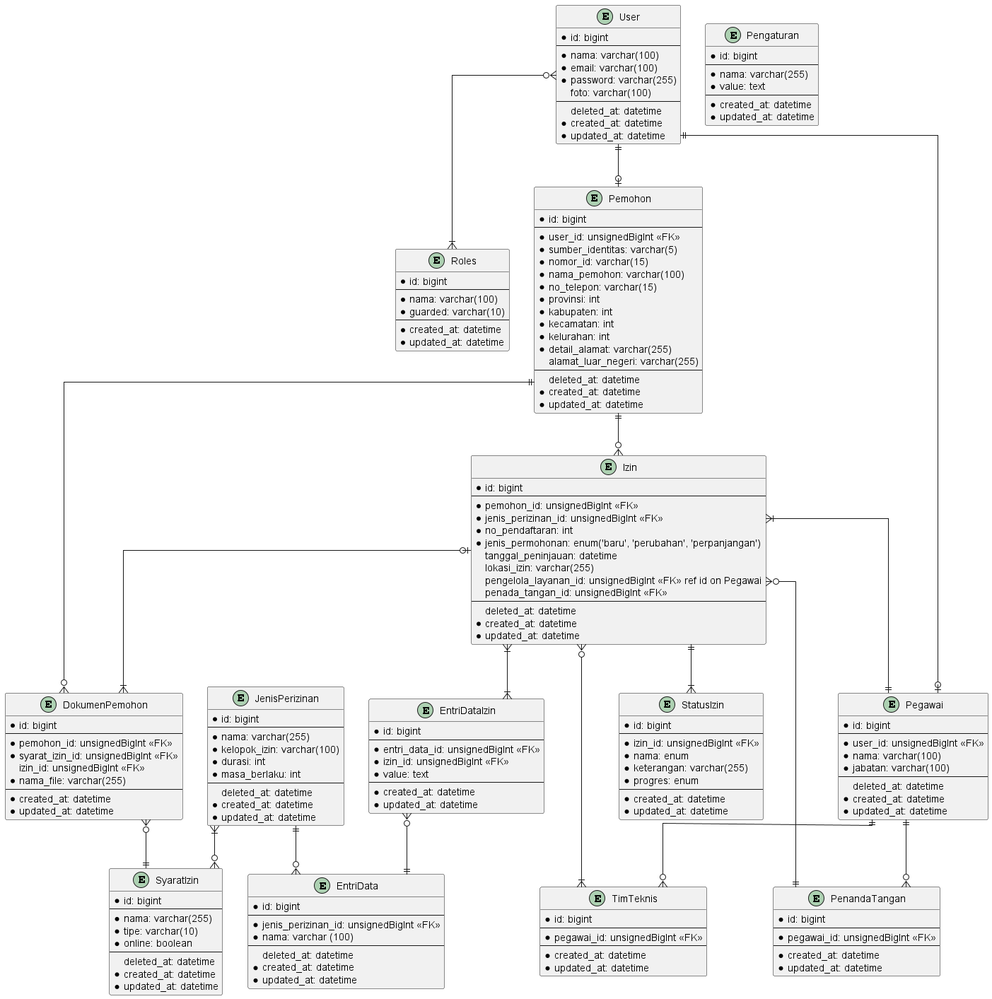
Earlier version of the PlantUML export docs/diagrams/out/pmptsp.png (maleolabs/nest-nestara-web).
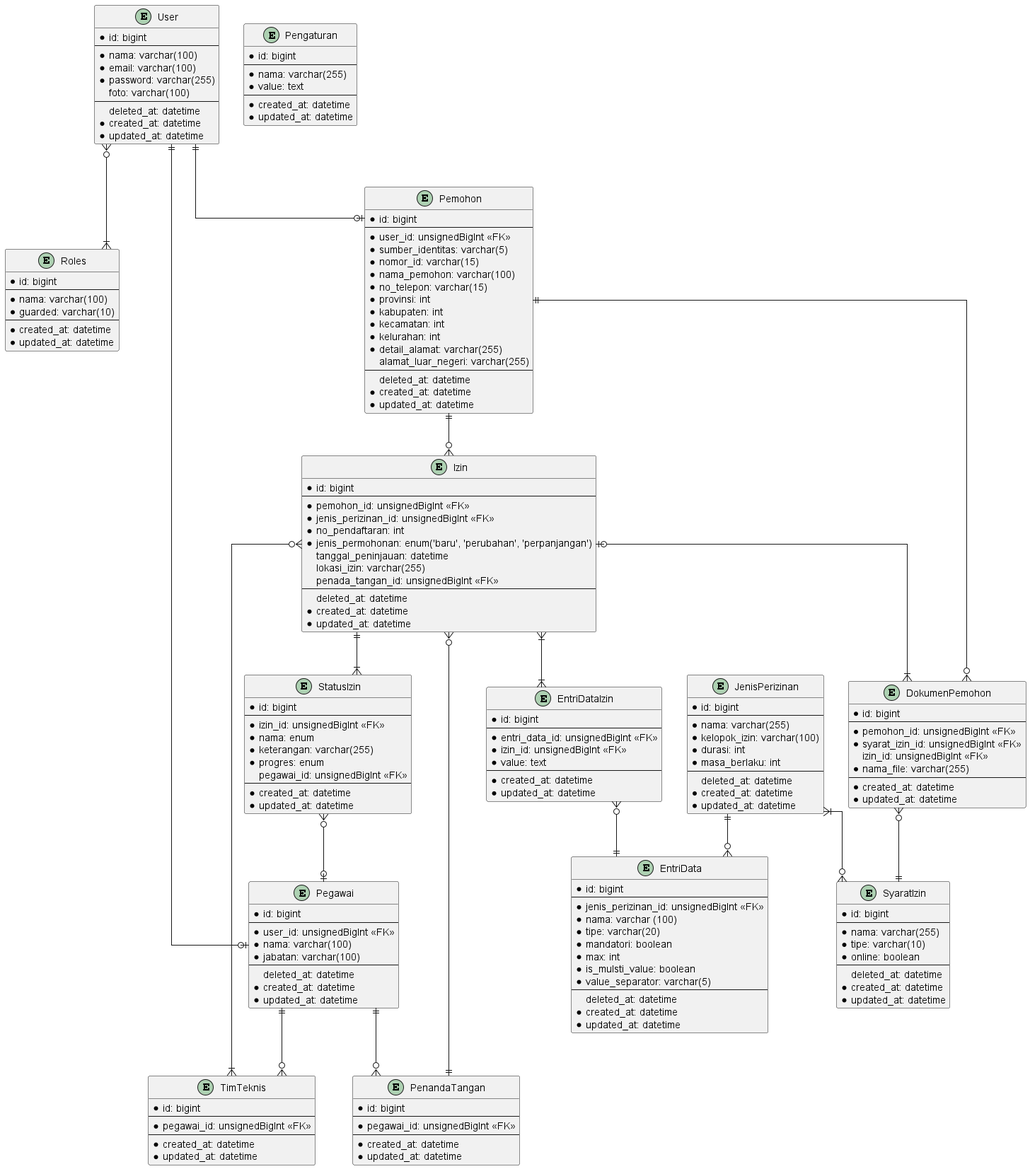
The same diagram one commit later.

What changed in the source:
```diff
@@ -93,6 +93,11 @@
     --
     * jenis_perizinan_id: unsignedBigInt <<FK>>
     * nama: varchar (100)
+    * tipe: varchar(20)
+    * mandatori: boolean
+    * max: int
+    * is_mulsti_value: boolean
+    * value_separator: varchar(5)
     --
       deleted_at: datetime
     * created_at: datetime
@@ -132,7 +137,6 @@
     * jenis_permohonan: enum('baru', 'perubahan', 'perpanjangan')
       tanggal_peninjauan: datetime
       lokasi_izin: varchar(255)
-      pengelola_layanan_id: unsignedBigInt <<FK>> ref id on Pegawai
       penada_tangan_id: unsignedBigInt <<FK>>
     --
       deleted_at: datetime
@@ -147,6 +151,7 @@
     * nama: enum
     * keterangan: varchar(255)
     * progres: enum
+      pegawai_id: unsignedBigInt <<FK>>
     --
     * created_at: datetime
     * updated_at: datetime
@@ -186,10 +191,9 @@
 Pemohon ||--o{ Izin
 Izin |o--|{ DokumenPemohon
 Izin ||--|{ StatusIzin
-Izin }|--|| Pegawai
 Izin }|--|{ EntriDataIzin
 Izin }o--|| PenandaTangan
 Izin }o--|{ TimTeknis
-
+StatusIzin }o--o| Pegawai
 
 @enduml
```
